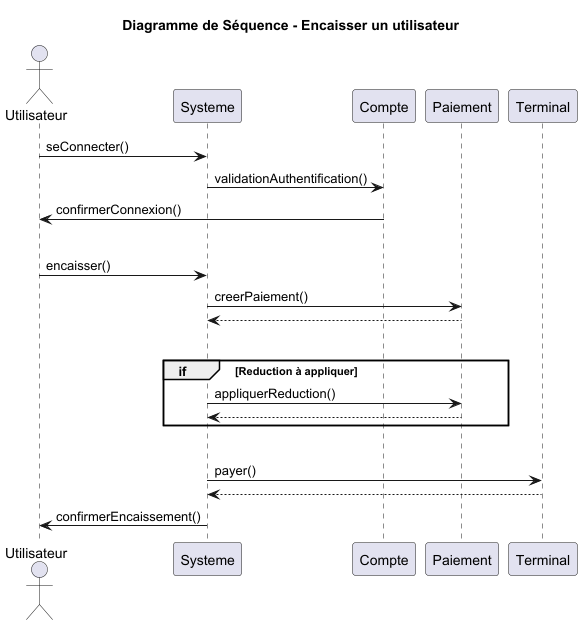
Earlier version of the PlantUML export UML/Diagramme_sequence_encaisser_client.png (Egario54/ProjetClubNautique).
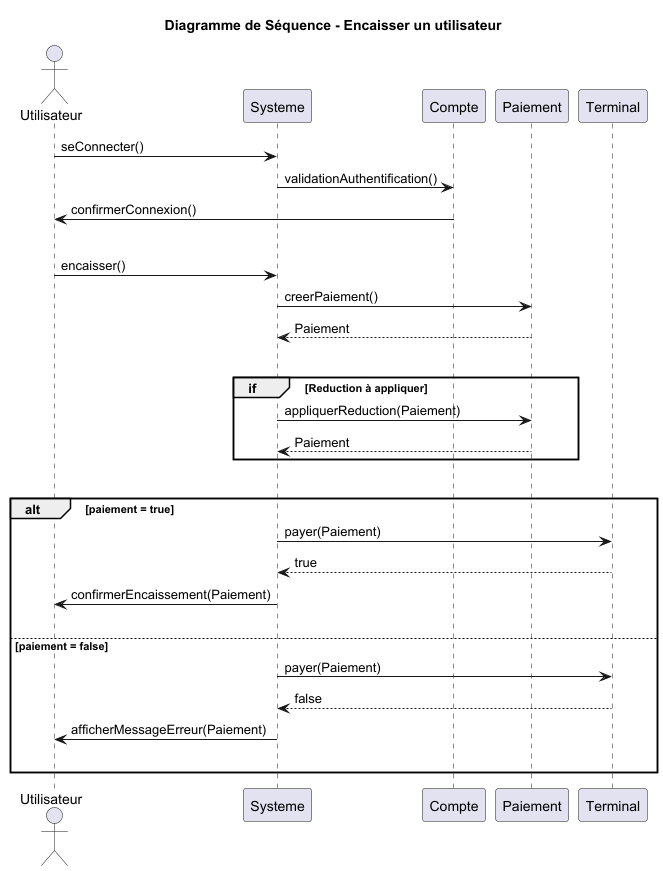
The same diagram one commit later.

The edit, as a diff of the source:
```diff
@@ -14,20 +14,28 @@
 
 Utilisateur -> Systeme: encaisser()
 Systeme -> Paiement: creerPaiement()
-Paiement --> Systeme
+Paiement --> Systeme : Paiement
 
 |||
 
 group if [Reduction à appliquer]
-    Systeme -> Paiement : appliquerReduction()
-    return
+    Systeme -> Paiement : appliquerReduction(Paiement)
+    return Paiement
 end
 
 |||
 
-Systeme -> Terminal: payer()
-return
 
-Systeme -> Utilisateur: confirmerEncaissement()
+alt paiement = true
+Systeme -> Terminal: payer(Paiement)
+return true
+Systeme -> Utilisateur: confirmerEncaissement(Paiement)
+|||
 
+else paiement = false
+Systeme -> Terminal: payer(Paiement)
+return false
+Systeme -> Utilisateur: afficherMessageErreur(Paiement)
+|||
+end
 @enduml
```
